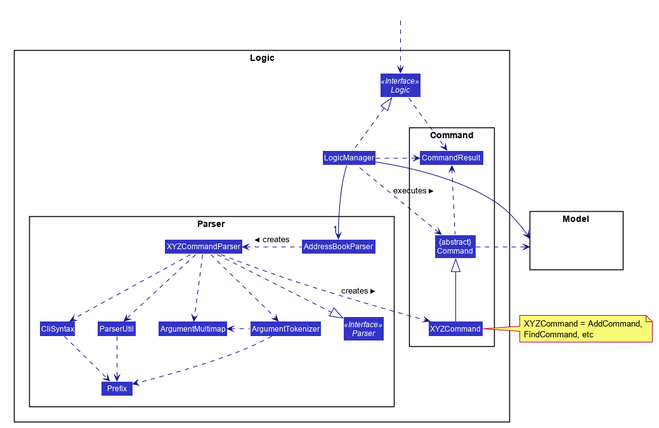
Before: docs/images/LogicClassDiagram.png, a diagram exported from PlantUML (nus-cs2103-AY1920S1/addressbook-level3).
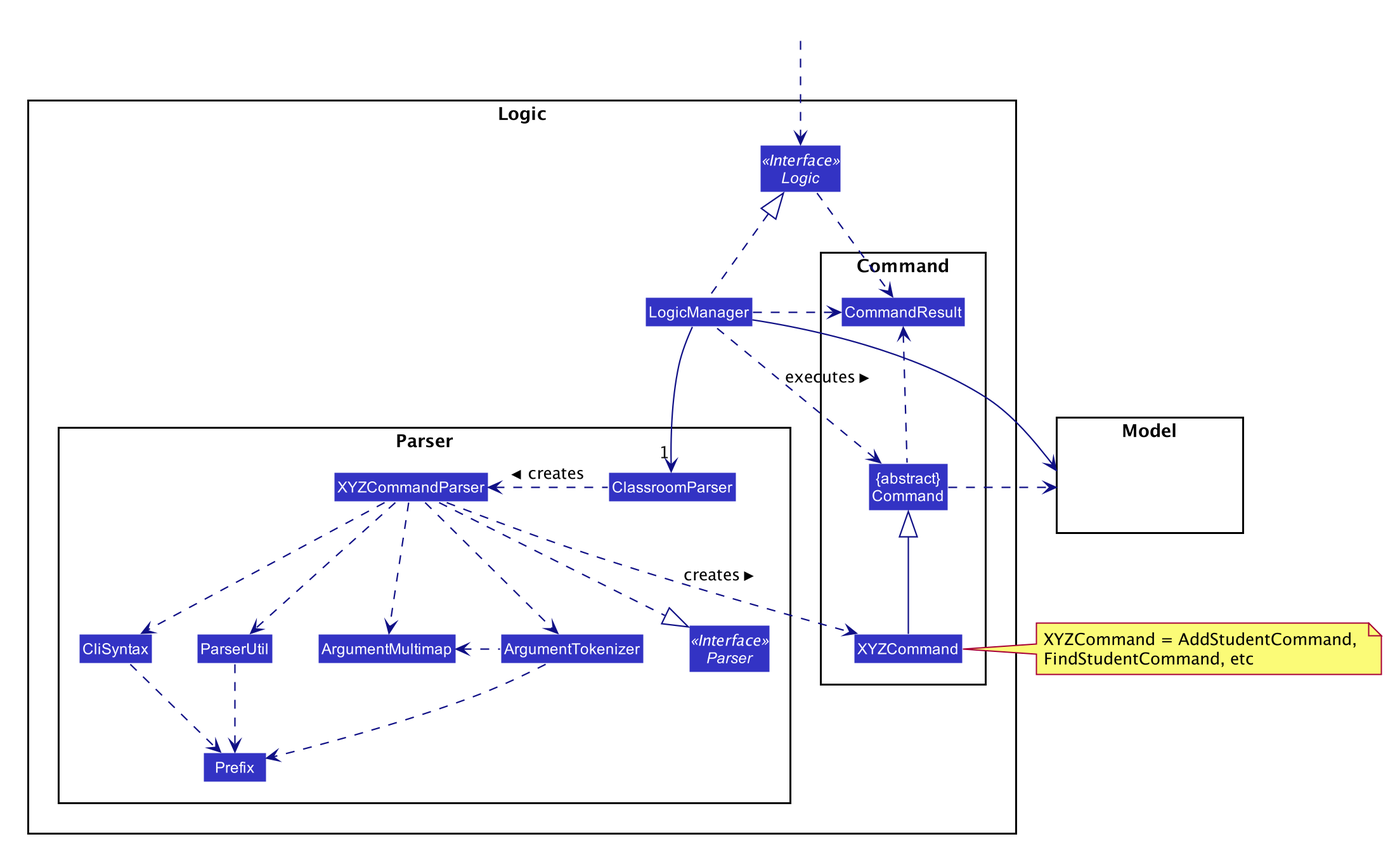
Later version of the same file.

The edit, as a diff of the source:
```diff
@@ -55,7 +55,7 @@
 
 package Parser {
 Interface Parser <<Interface>>
-Class AddressBookParser
+Class ClassroomParser
 Class XYZCommandParser
 Class CliSyntax
 Class ParserUtil
@@ -82,8 +82,8 @@
 HiddenOutside ..> Logic
 
 LogicManager .up.|> Logic
-LogicManager -->"1" AddressBookParser
-AddressBookParser .left.> XYZCommandParser: creates >
+LogicManager -->"1" ClassroomParser
+ClassroomParser .left.> XYZCommandParser: creates >
 
 XYZCommandParser ..> XYZCommand : creates >
 XYZCommandParser ..|> Parser
@@ -100,7 +100,7 @@
 
 LogicManager --> Model
 Command .right.> Model
-note right of XYZCommand: XYZCommand = AddCommand, \nFindCommand, etc
+note right of XYZCommand: XYZCommand = AddStudentCommand, \nFindStudentCommand, etc
 
 Logic ..> CommandResult
 LogicManager .down.> CommandResult
```
